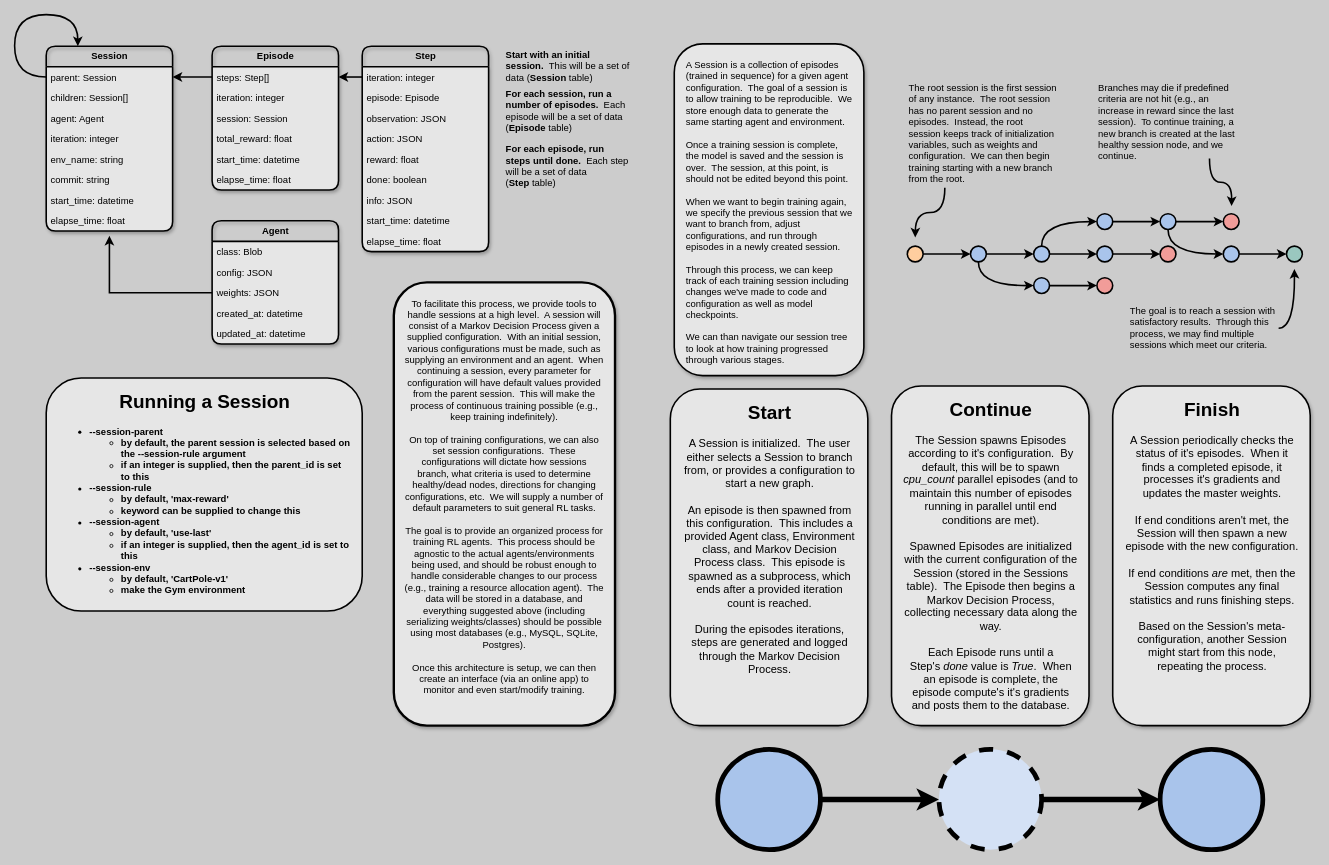
nathanmargaglio/curls keeps this draw.io diagram as architecture.dio. Above is the earlier version. Source tidied: cells renumbered, new cells numbered last; positions are measured from the earlier drawing's top-left corner, leaving out a move shared by most shapes. Both pictures are drawn from the tidied source at 79%, with x=0, y=0 at pixel (14, 14).
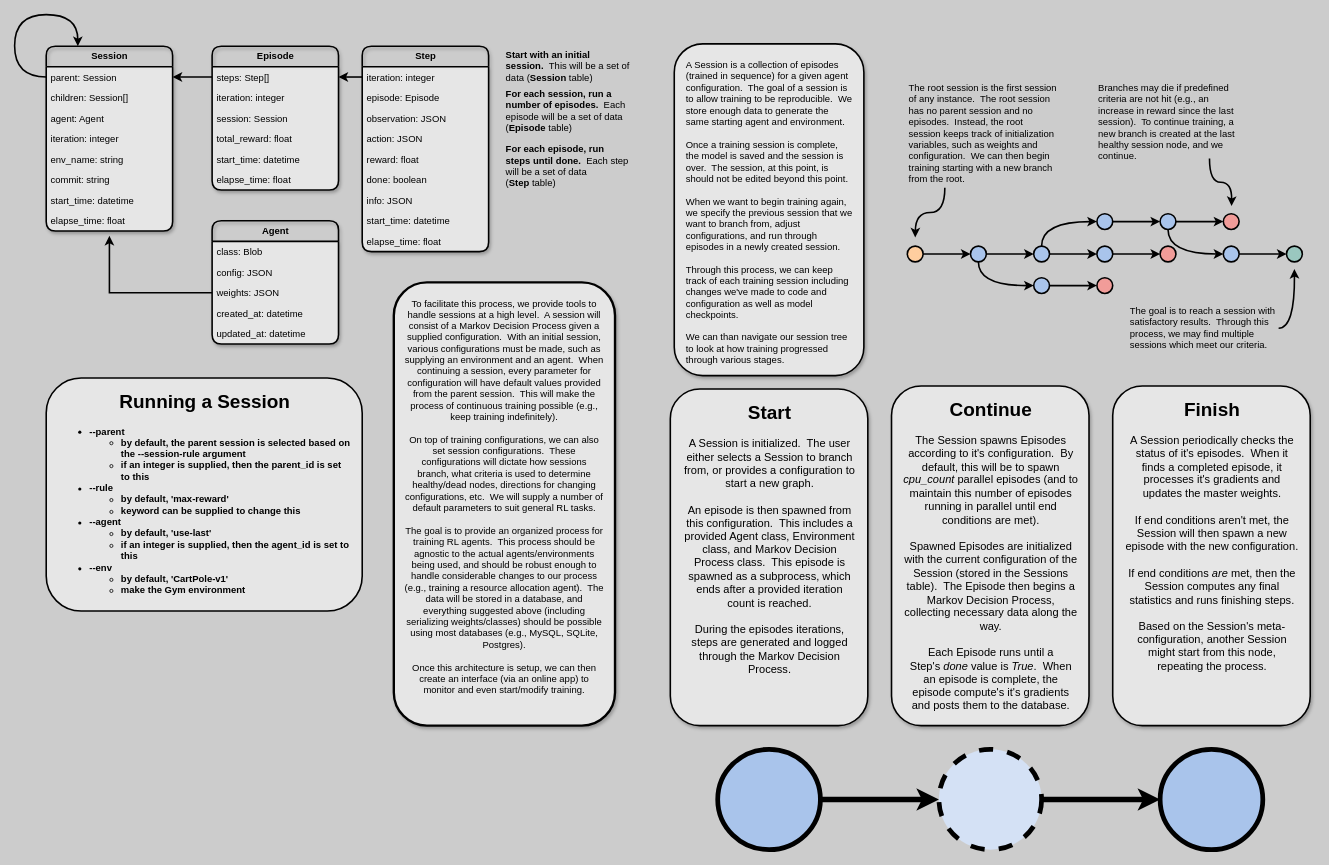
After the change.

Commit message (it also covers changes not shown here):
architecture update (session command like)

Unchanged cells that the change refers to:
```xml
<mxCell id="8" style="group;" parent="2" vertex="1">
  <mxGeometry y="-19" width="560" height="715" as="geometry" />
</mxCell>
```

The edit, as a diff of the source:
```diff
@@
-    <mxCell id="35" value="&lt;h1 style=&quot;text-align: center&quot;&gt;Running a Session&lt;/h1&gt;&lt;p&gt;&lt;/p&gt;&lt;b&gt;&lt;ul&gt;&lt;li&gt;--session-parent&lt;/li&gt;&lt;ul&gt;&lt;li&gt;by default, the parent session is selected based on the --session-rule argument&lt;/li&gt;&lt;li&gt;if an integer is supplied, then the parent_id is set to this&lt;/li&gt;&lt;/ul&gt;&lt;li&gt;--session-rule&lt;/li&gt;&lt;ul&gt;&lt;li&gt;by default, 'max-reward'&lt;/li&gt;&lt;li&gt;keyword can be supplied to change this&lt;/li&gt;&lt;/ul&gt;&lt;li&gt;--session-agent&lt;/li&gt;&lt;ul&gt;&lt;li&gt;by default, 'use-last'&lt;/li&gt;&lt;li&gt;if an integer is supplied, then the agent_id is set to this&lt;/li&gt;&lt;/ul&gt;&lt;li&gt;--session-env&lt;/li&gt;&lt;ul&gt;&lt;li&gt;by default, 'CartPole-v1'&lt;/li&gt;&lt;li&gt;make the Gym environment&lt;/li&gt;&lt;/ul&gt;&lt;/ul&gt;&lt;/b&gt;&lt;p&gt;&lt;/p&gt;&lt;p&gt;&lt;br&gt;&lt;/p&gt;" style="text;html=1;strokeColor=#000000;fillColor=#E6E6E6;spacing=15;spacingTop=-20;whiteSpace=wrap;overflow=hidden;rounded=1;strokeWidth=2;spacingLeft=0;spacingRight=0;" parent="8" vertex="1">
+    <mxCell id="35" value="&lt;h1 style=&quot;text-align: center&quot;&gt;Running a Session&lt;/h1&gt;&lt;p&gt;&lt;/p&gt;&lt;b&gt;&lt;ul&gt;&lt;li&gt;--parent&lt;/li&gt;&lt;ul&gt;&lt;li&gt;by default, the parent session is selected based on the --session-rule argument&lt;/li&gt;&lt;li&gt;if an integer is supplied, then the parent_id is set to this&lt;/li&gt;&lt;/ul&gt;&lt;li&gt;--rule&lt;/li&gt;&lt;ul&gt;&lt;li&gt;by default, 'max-reward'&lt;/li&gt;&lt;li&gt;keyword can be supplied to change this&lt;/li&gt;&lt;/ul&gt;&lt;li&gt;--agent&lt;/li&gt;&lt;ul&gt;&lt;li&gt;by default, 'use-last'&lt;/li&gt;&lt;li&gt;if an integer is supplied, then the agent_id is set to this&lt;/li&gt;&lt;/ul&gt;&lt;li&gt;--env&lt;/li&gt;&lt;ul&gt;&lt;li&gt;by default, 'CartPole-v1'&lt;/li&gt;&lt;li&gt;make the Gym environment&lt;/li&gt;&lt;/ul&gt;&lt;/ul&gt;&lt;/b&gt;&lt;p&gt;&lt;/p&gt;&lt;p&gt;&lt;br&gt;&lt;/p&gt;" style="text;html=1;strokeColor=#000000;fillColor=#E6E6E6;spacing=15;spacingTop=-20;whiteSpace=wrap;overflow=hidden;rounded=1;strokeWidth=2;spacingLeft=0;spacingRight=0;" parent="8" vertex="1">
       <mxGeometry y="420" width="400" height="295" as="geometry" />
     </mxCell>
```
